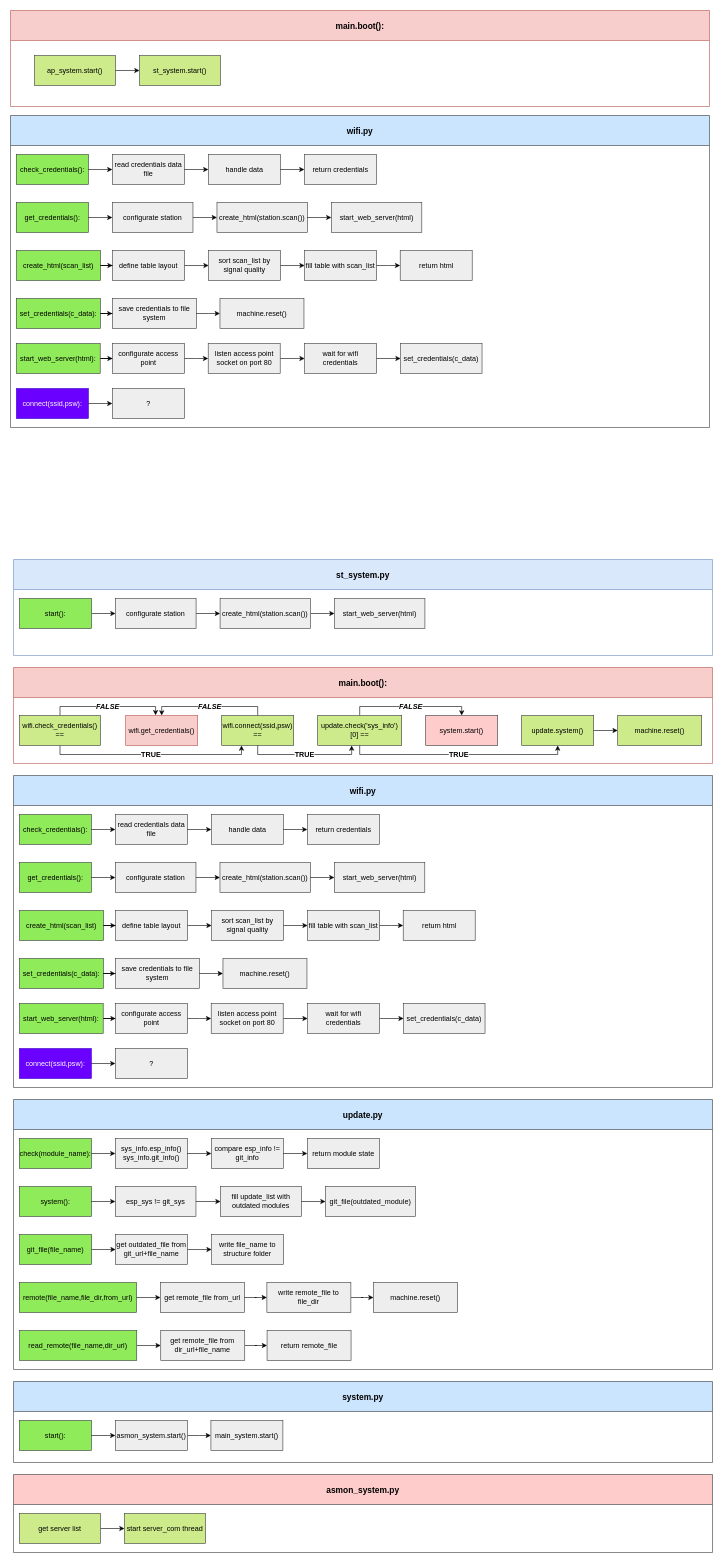
Earlier version of the draw.io diagram design_files/esp_structure.drawio (marsex/workbench). Source tidied: cells renumbered, new cells numbered last; positions are measured from the earlier drawing's top-left corner, leaving out a move shared by most shapes. Both pictures are drawn from the tidied source at 60%, with x=0, y=0 at pixel (10, 10).
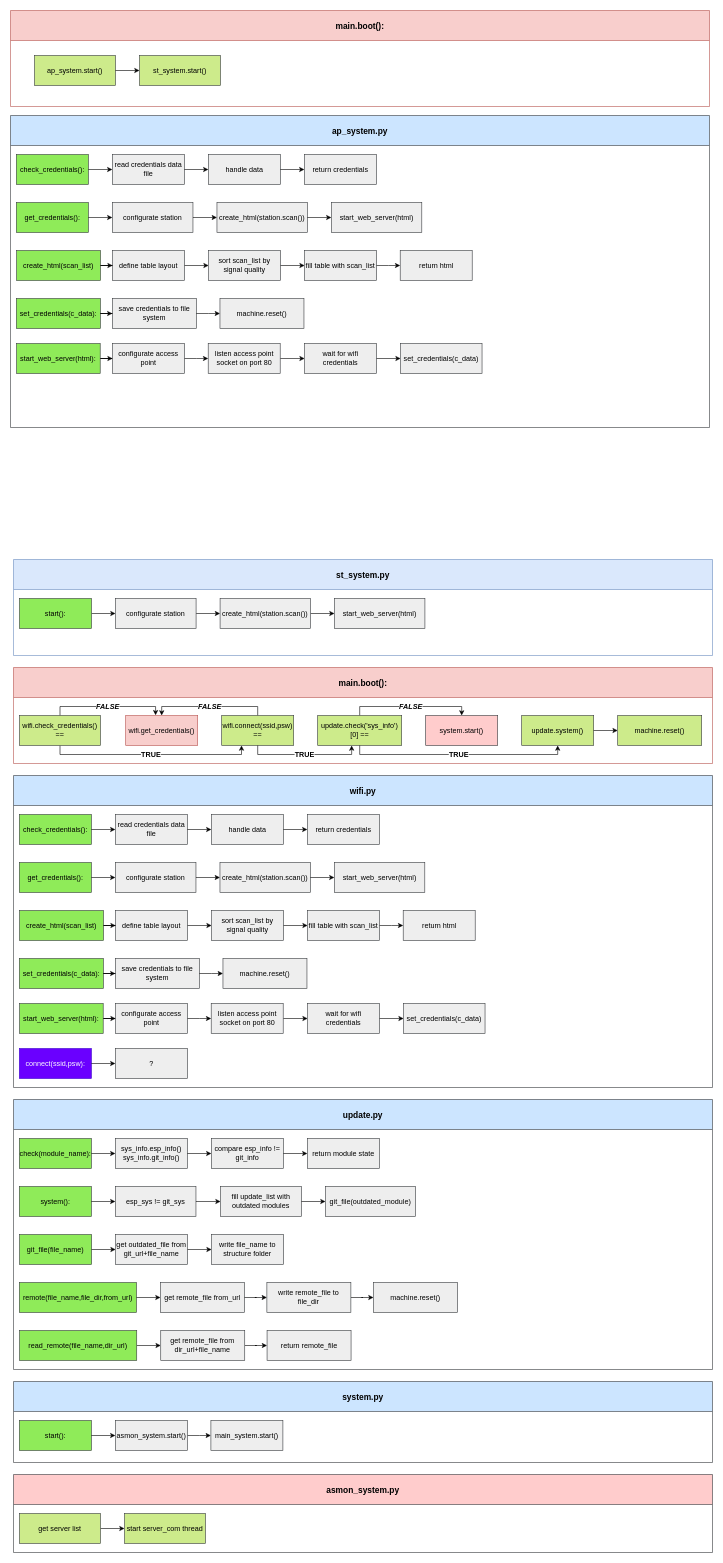
The same diagram, later.

Change to the diagram source:
```diff
@@
-    <mxCell id="133" value="wifi.py" style="swimlane;strokeColor=#36393d;fillColor=#cce5ff;fontSize=14;startSize=50;flipH=1;swimlaneFillColor=none;" parent="1" vertex="1">
+    <mxCell id="133" value="ap_system.py" style="swimlane;strokeColor=#36393d;fillColor=#cce5ff;fontSize=14;startSize=50;flipH=1;swimlaneFillColor=none;" parent="1" vertex="1">
       <mxGeometry y="175" width="1165" height="520" as="geometry" />
     </mxCell>
@@
-    <mxCell id="145" value="connect(ssid,psw):" style="rounded=0;whiteSpace=wrap;html=1;fillColor=#6a00ff;strokeColor=#3700CC;fontColor=#ffffff;" parent="133" vertex="1">
-      <mxGeometry x="9.8" y="455" width="120" height="50" as="geometry" />
-    </mxCell>
-    <mxCell id="146" value="?" style="rounded=0;whiteSpace=wrap;html=1;fillColor=#eeeeee;strokeColor=#36393d;" parent="133" vertex="1">
-      <mxGeometry x="169.8" y="455" width="120" height="50" as="geometry" />
-    </mxCell>
-    <mxCell id="147" style="edgeStyle=orthogonalEdgeStyle;rounded=0;jettySize=auto;html=1;fontSize=12;fontColor=#000000;" parent="133" edge="1" source="145" target="146">
-      <mxGeometry relative="1" as="geometry" />
-    </mxCell>
```
